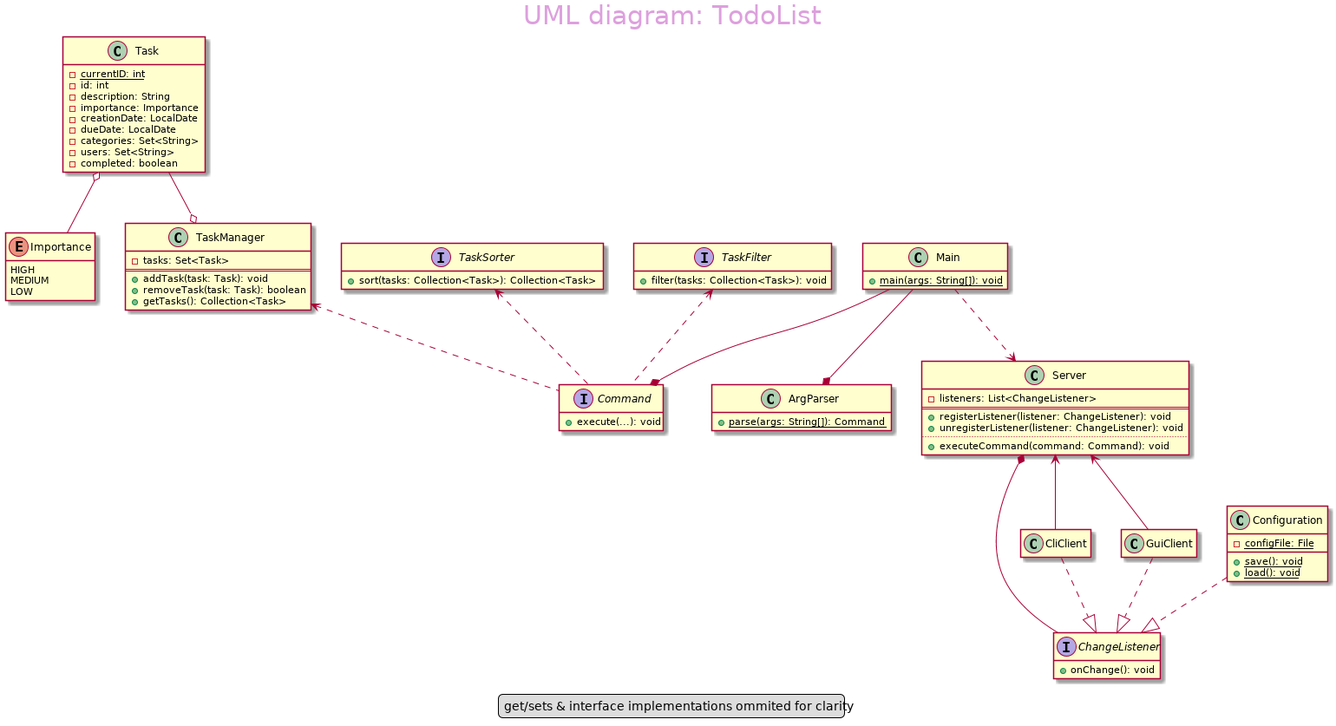
Above: uml.png in melvinmajor/TodoList (PlantUML), before the change. Its diagram source:
```plantuml
@startuml
scale max 3000*3000
hide empty members
hide empty methods

skinparam titleFontSize 30
skinparam titleFontColor Plum
title
UML diagram: TodoList
endtitle

legend
get/sets & interface implementations ommited for clarity
endlegend

class Task {
    - {static} currentID: int
    - id: int
    - description: String
    - importance: Importance
    - creationDate: LocalDate
    - dueDate: LocalDate
    - categories: Set<String>
    - users: Set<String>
    - completed: boolean
}

enum Importance {
    HIGH
    MEDIUM
    LOW
}

class TaskManager {
    - tasks: Set<Task>
    ==
    + addTask(task: Task): void
    + removeTask(task: Task): boolean
    + getTasks(): Collection<Task>
}

class Main {
    + {static} main(args: String[]): void
}

class ArgParser {
    + {static} parse(args: String[]): Command
}

class Configuration {
    - {static} configFile: File
    + {static} save(): void
    + {static} load(): void
}

interface TaskSorter {
    + sort(tasks: Collection<Task>): Collection<Task>
}

interface TaskFilter {
    + filter(tasks: Collection<Task>): void
}

interface Command {
    + execute(...): void
}

interface ChangeListener {
    + onChange(): void
}

class Server {
    - listeners: List<ChangeListener>
    ==
    + registerListener(listener: ChangeListener): void
    + unregisterListener(listener: ChangeListener): void
    ..
    + executeCommand(command: Command): void
}

class CliClient
class GuiClient

Main ..> Server

CliClient ..|> ChangeListener
GuiClient ..|> ChangeListener
Configuration ..|> ChangeListener

ChangeListener --* Server

Server <-- GuiClient
Server <-- CliClient

TaskManager <.. Command



TaskSorter <.. Command
TaskFilter <.. Command

Task o-- Importance

Main --* Command
Main --* ArgParser

Task --o TaskManager

@enduml
```
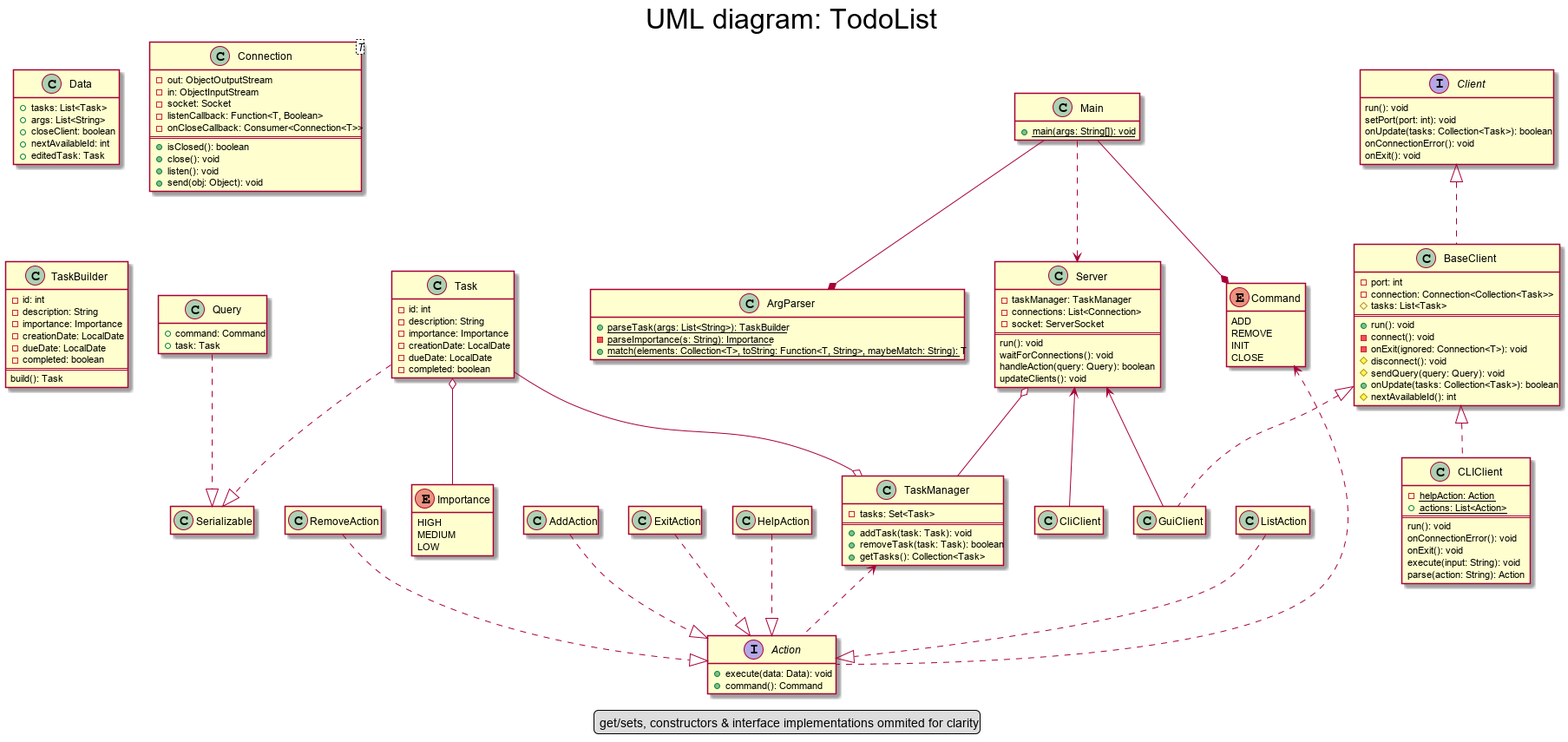
Later version of the same file.

What changed in the source:
```diff
@@ -3,25 +3,22 @@
 hide empty members
 hide empty methods
 
-skinparam titleFontSize 30
-skinparam titleFontColor Plum
+skinparam titleFontSize 32
+skinparam titleFontColor Black
 title
 UML diagram: TodoList
 endtitle
 
 legend
-get/sets & interface implementations ommited for clarity
+get/sets, constructors & interface implementations ommited for clarity
 endlegend
 
 class Task {
-    - {static} currentID: int
     - id: int
     - description: String
     - importance: Importance
     - creationDate: LocalDate
     - dueDate: LocalDate
-    - categories: Set<String>
-    - users: Set<String>
     - completed: boolean
 }
 
@@ -39,65 +36,147 @@
     + getTasks(): Collection<Task>
 }
 
+class Server {
+    - taskManager: TaskManager
+    - connections: List<Connection>
+    - socket: ServerSocket
+    ==
+    run(): void
+    waitForConnections(): void
+    handleAction(query: Query): boolean
+    updateClients(): void
+}
+
 class Main {
     + {static} main(args: String[]): void
 }
 
 class ArgParser {
-    + {static} parse(args: String[]): Command
+    + {static} parseTask(args: List<String>): TaskBuilder
+    - {static} parseImportance(s: String): Importance
+    + {static} match(elements: Collection<T>, toString: Function<T, String>, maybeMatch: String): T
 }
 
-class Configuration {
-    - {static} configFile: File
-    + {static} save(): void
-    + {static} load(): void
+enum Command {
+    ADD
+    REMOVE
+    INIT
+    CLOSE
 }
 
-interface TaskSorter {
-    + sort(tasks: Collection<Task>): Collection<Task>
+interface Action {
+    + execute(data: Data): void
+    + command(): Command
 }
 
-interface TaskFilter {
-    + filter(tasks: Collection<Task>): void
+class Data {
+    + tasks: List<Task>
+    + args: List<String>
+    + closeClient: boolean
+    + nextAvailableId: int
+    + editedTask: Task
 }
 
-interface Command {
-    + execute(...): void
+class AddAction {
 }
 
-interface ChangeListener {
-    + onChange(): void
+class ExitAction {
 }
 
-class Server {
-    - listeners: List<ChangeListener>
-    ==
-    + registerListener(listener: ChangeListener): void
-    + unregisterListener(listener: ChangeListener): void
-    ..
-    + executeCommand(command: Command): void
+class HelpAction {
 }
 
-class CliClient
+class ListAction {
+}
+
+class RemoveAction {
+}
+
+class Connection<T> {
+    - out: ObjectOutputStream
+    - in: ObjectInputStream
+    - socket: Socket
+    - listenCallback: Function<T, Boolean>
+    - onCloseCallback: Consumer<Connection<T>>
+    ==
+    + isClosed(): boolean
+    + close(): void
+    + listen(): void
+    + send(obj: Object): void
+}
+
+class Query {
+    + command: Command
+    + task: Task
+}
+
+interface Client {
+    run(): void
+    setPort(port: int): void
+    onUpdate(tasks: Collection<Task>): boolean
+    onConnectionError(): void
+    onExit(): void
+}
+
+class BaseClient {
+    - port: int
+    - connection: Connection<Collection<Task>>
+    # tasks: List<Task>
+    ==
+    + run(): void
+    - connect(): void
+    - onExit(ignored: Connection<T>): void
+    # disconnect(): void
+    # sendQuery(query: Query): void
+    + onUpdate(tasks: Collection<Task>): boolean
+    # nextAvailableId(): int
+}
+
+class CLIClient {
+    - {static} helpAction: Action
+    + {static} actions: List<Action>
+    ==
+    run(): void
+    onConnectionError(): void
+    onExit(): void
+    execute(input: String): void
+    parse(action: String): Action
+}
+
+class TaskBuilder {
+    - id: int
+    - description: String
+    - importance: Importance
+    - creationDate: LocalDate
+    - dueDate: LocalDate
+    - completed: boolean
+    ==
+    build(): Task
+}
+
 class GuiClient
 
 Main ..> Server
 
-CliClient ..|> ChangeListener
-GuiClient ..|> ChangeListener
-Configuration ..|> ChangeListener
+AddAction ..|> Action
+ExitAction ..|> Action
+HelpAction ..|> Action
+ListAction ..|> Action
+RemoveAction ..|> Action
 
-ChangeListener --* Server
+Query ..|> Serializable
+Task ..|> Serializable
+
+Client <|.. BaseClient
+BaseClient <|.. CLIClient
+BaseClient <|.. GuiClient
 
 Server <-- GuiClient
 Server <-- CliClient
+Server o-- TaskManager
 
-TaskManager <.. Command
-
-
-
-TaskSorter <.. Command
-TaskFilter <.. Command
+TaskManager <.. Action
+Command <.. Action
 
 Task o-- Importance
 
@@ -106,4 +185,12 @@
 
 Task --o TaskManager
 
+
+
+
+
+
+
+
+
 @enduml
```
